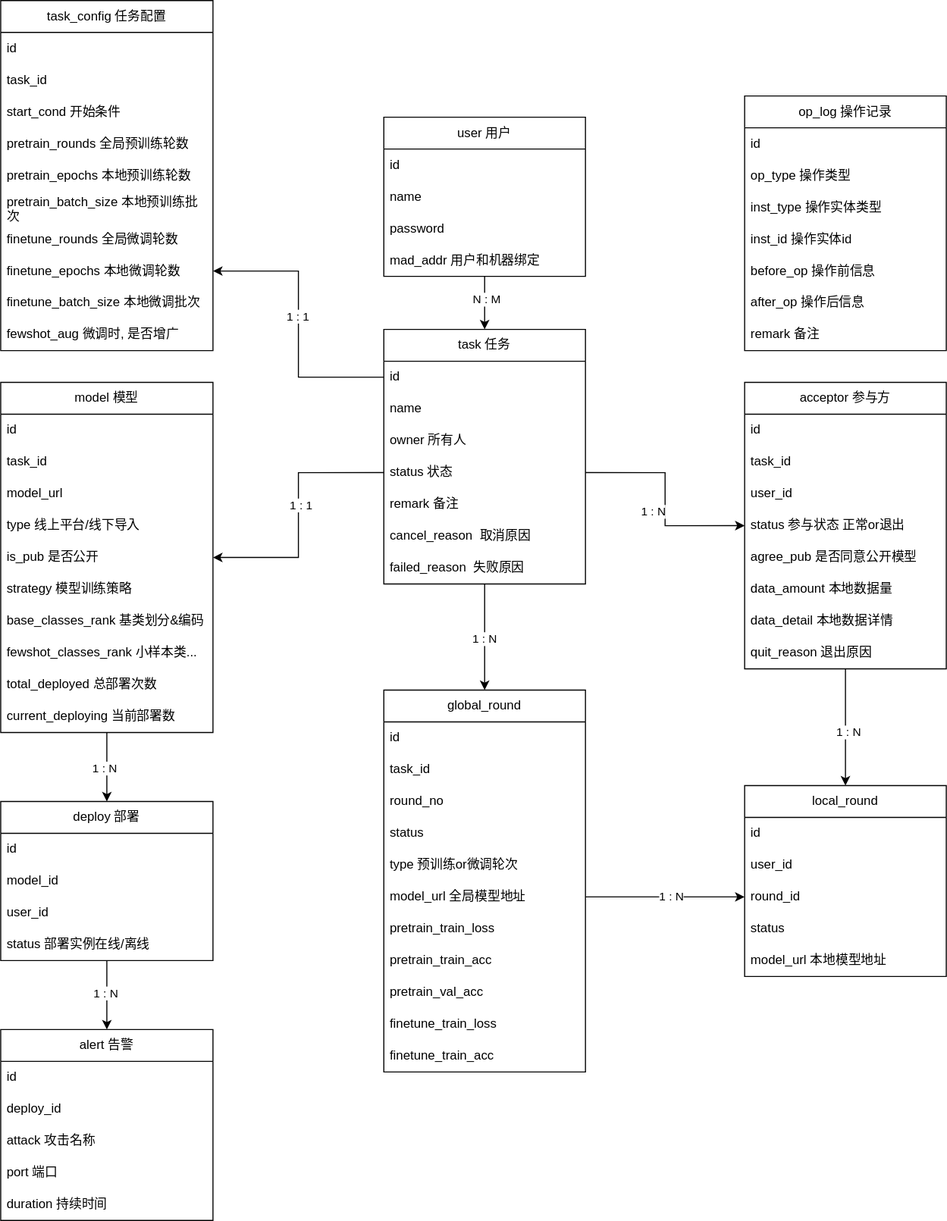
Earlier version of the draw.io export 数据库ER.svg (hiro942/drawio). Source tidied: cells renumbered, new cells last; positions are measured from the earlier drawing's top-left corner, leaving out a move shared by most shapes.
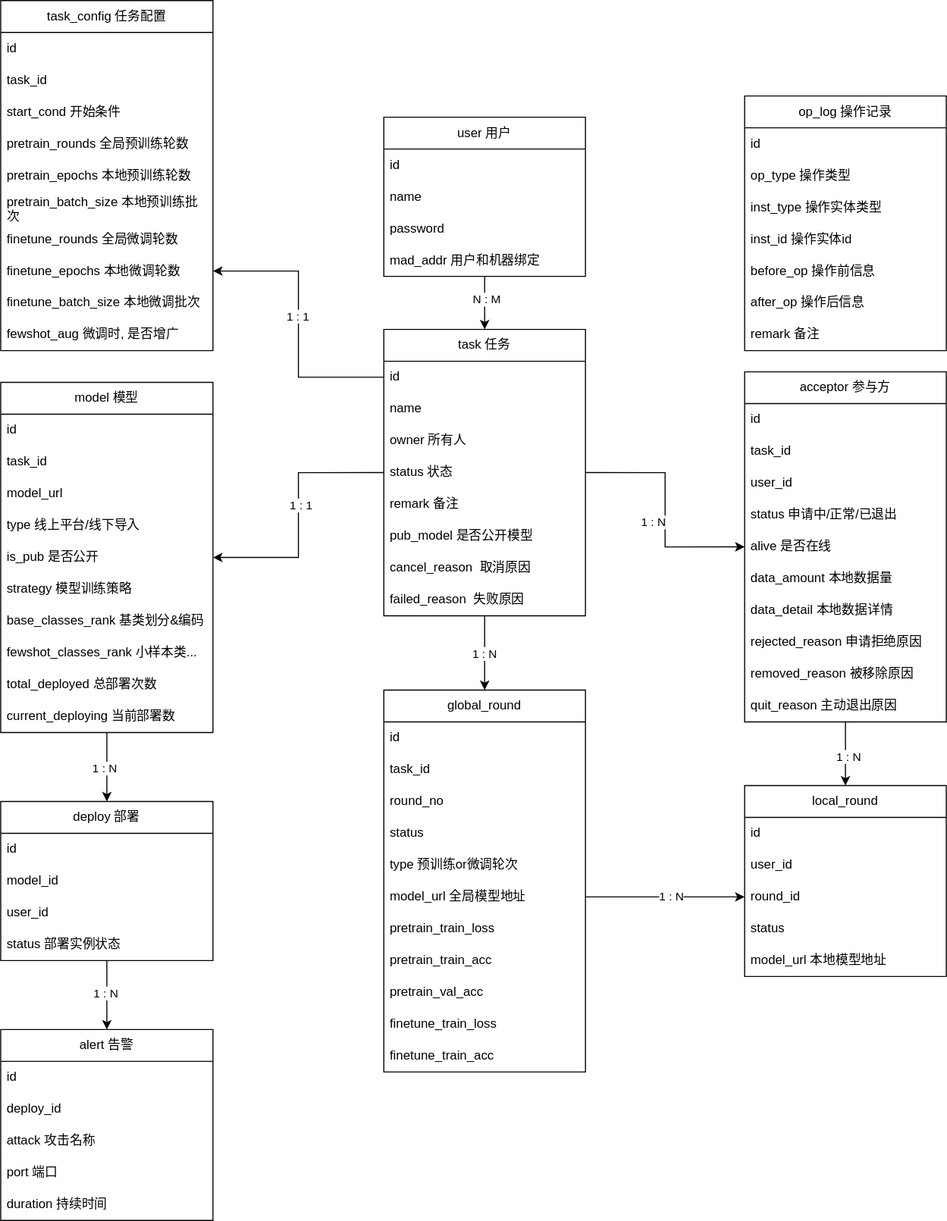
Above is the later version.

Commit message:
更新数据库ER.svg

What changed in the source:
```diff
@@ -9,7 +9,7 @@
       <mxGeometry x="0.03" relative="1" as="geometry" />
     </mxCell>
     <mxCell id="4" value="task 任务" style="swimlane;fontStyle=0;horizontal=1;startSize=30;whiteSpace=wrap;html=1;" parent="1" vertex="1">
-      <mxGeometry x="361" y="310" width="190" height="240" as="geometry" />
+      <mxGeometry x="361" y="310" width="190" height="270" as="geometry" />
     </mxCell>
     <mxCell id="5" value="id" style="text;strokeColor=none;fillColor=none;align=left;verticalAlign=middle;spacingLeft=4;spacingRight=4;overflow=hidden;points=[[0,0.5],[1,0.5]];portConstraint=eastwest;whiteSpace=wrap;html=1;" parent="4" vertex="1">
       <mxGeometry y="30" width="190" height="30" as="geometry" />
@@ -26,11 +26,14 @@
     <mxCell id="9" value="remark 备注" style="text;strokeColor=none;fillColor=none;align=left;verticalAlign=middle;spacingLeft=4;spacingRight=4;overflow=hidden;whiteSpace=wrap;html=1;" parent="4" vertex="1">
       <mxGeometry y="150" width="190" height="30" as="geometry" />
     </mxCell>
+    <mxCell id="101" value="pub_model 是否公开模型" style="text;strokeColor=none;fillColor=none;align=left;verticalAlign=middle;spacingLeft=4;spacingRight=4;overflow=hidden;whiteSpace=wrap;html=1;" parent="4" vertex="1">
+      <mxGeometry y="180" width="190" height="30" as="geometry" />
+    </mxCell>
     <mxCell id="10" value="cancel_reason&amp;nbsp; 取消原因" style="text;strokeColor=none;fillColor=none;align=left;verticalAlign=middle;spacingLeft=4;spacingRight=4;overflow=hidden;whiteSpace=wrap;html=1;" parent="4" vertex="1">
-      <mxGeometry y="180" width="190" height="30" as="geometry" />
+      <mxGeometry y="210" width="190" height="30" as="geometry" />
     </mxCell>
     <mxCell id="11" value="failed_reason&amp;nbsp; 失败原因" style="text;strokeColor=none;fillColor=none;align=left;verticalAlign=middle;spacingLeft=4;spacingRight=4;overflow=hidden;whiteSpace=wrap;html=1;" parent="4" vertex="1">
-      <mxGeometry y="210" width="190" height="30" as="geometry" />
+      <mxGeometry y="240" width="190" height="30" as="geometry" />
     </mxCell>
     <mxCell id="12" style="edgeStyle=orthogonalEdgeStyle;rounded=0;jettySize=auto;html=1;entryX=0.5;entryY=0;entryDx=0;entryDy=0;" parent="1" edge="1" source="14" target="4">
       <mxGeometry relative="1" as="geometry" />
@@ -157,7 +160,7 @@
       </mxGeometry>
     </mxCell>
     <mxCell id="52" value="acceptor 参与方" style="swimlane;fontStyle=0;horizontal=1;startSize=30;whiteSpace=wrap;html=1;" parent="1" vertex="1">
-      <mxGeometry x="701" y="360" width="190" height="270" as="geometry" />
+      <mxGeometry x="701" y="350" width="190" height="330" as="geometry" />
     </mxCell>
     <mxCell id="53" value="id" style="text;strokeColor=none;fillColor=none;align=left;verticalAlign=middle;spacingLeft=4;spacingRight=4;overflow=hidden;whiteSpace=wrap;html=1;" parent="52" vertex="1">
       <mxGeometry y="30" width="190" height="30" as="geometry" />
@@ -168,20 +171,26 @@
     <mxCell id="55" value="user_id" style="text;strokeColor=none;fillColor=none;align=left;verticalAlign=middle;spacingLeft=4;spacingRight=4;overflow=hidden;whiteSpace=wrap;html=1;" parent="52" vertex="1">
       <mxGeometry y="90" width="190" height="30" as="geometry" />
     </mxCell>
-    <mxCell id="56" value="status 参与状态 正常or退出" style="text;strokeColor=none;fillColor=none;align=left;verticalAlign=middle;spacingLeft=4;spacingRight=4;overflow=hidden;whiteSpace=wrap;html=1;" parent="52" vertex="1">
+    <mxCell id="56" value="status 申请中/正常/已退出" style="text;strokeColor=none;fillColor=none;align=left;verticalAlign=middle;spacingLeft=4;spacingRight=4;overflow=hidden;whiteSpace=wrap;html=1;" parent="52" vertex="1">
       <mxGeometry y="120" width="190" height="30" as="geometry" />
     </mxCell>
-    <mxCell id="57" value="agree_pub 是否同意公开模型" style="text;strokeColor=none;fillColor=none;align=left;verticalAlign=middle;spacingLeft=4;spacingRight=4;overflow=hidden;whiteSpace=wrap;html=1;" parent="52" vertex="1">
-      <mxGeometry y="150" width="190" height="30" as="geometry" />
-    </mxCell>
+    <mxCell id="102" value="alive 是否在线" style="text;strokeColor=none;fillColor=none;align=left;verticalAlign=middle;spacingLeft=4;spacingRight=4;overflow=hidden;whiteSpace=wrap;html=1;" parent="52" vertex="1">
+      <mxGeometry y="150" width="190" height="30" as="geometry" />
+    </mxCell>
     <mxCell id="58" value="data_amount 本地数据量" style="text;strokeColor=none;fillColor=none;align=left;verticalAlign=middle;spacingLeft=4;spacingRight=4;overflow=hidden;whiteSpace=wrap;html=1;" parent="52" vertex="1">
       <mxGeometry y="180" width="190" height="30" as="geometry" />
     </mxCell>
     <mxCell id="59" value="data_detail 本地数据详情" style="text;strokeColor=none;fillColor=none;align=left;verticalAlign=middle;spacingLeft=4;spacingRight=4;overflow=hidden;whiteSpace=wrap;html=1;" parent="52" vertex="1">
       <mxGeometry y="210" width="190" height="30" as="geometry" />
     </mxCell>
+    <mxCell id="103" value="rejected_reason 申请拒绝原因" style="text;strokeColor=none;fillColor=none;align=left;verticalAlign=middle;spacingLeft=4;spacingRight=4;overflow=hidden;whiteSpace=wrap;html=1;" parent="52" vertex="1">
+      <mxGeometry y="240" width="190" height="30" as="geometry" />
+    </mxCell>
+    <mxCell id="104" value="removed_reason 被移除原因" style="text;strokeColor=none;fillColor=none;align=left;verticalAlign=middle;spacingLeft=4;spacingRight=4;overflow=hidden;whiteSpace=wrap;html=1;" parent="52" vertex="1">
+      <mxGeometry y="270" width="190" height="30" as="geometry" />
+    </mxCell>
-    <mxCell id="60" value="quit_reason 退出原因" style="text;strokeColor=none;fillColor=none;align=left;verticalAlign=middle;spacingLeft=4;spacingRight=4;overflow=hidden;whiteSpace=wrap;html=1;" parent="52" vertex="1">
-      <mxGeometry y="240" width="190" height="30" as="geometry" />
+    <mxCell id="60" value="quit_reason 主动退出原因" style="text;strokeColor=none;fillColor=none;align=left;verticalAlign=middle;spacingLeft=4;spacingRight=4;overflow=hidden;whiteSpace=wrap;html=1;" parent="52" vertex="1">
+      <mxGeometry y="300" width="190" height="30" as="geometry" />
     </mxCell>
     <mxCell id="61" style="edgeStyle=orthogonalEdgeStyle;rounded=0;jettySize=auto;html=1;entryX=0;entryY=0.5;entryDx=0;entryDy=0;exitX=1;exitY=0.5;exitDx=0;exitDy=0;" parent="1" edge="1" source="8" target="52">
       <mxGeometry relative="1" as="geometry" />
@@ -248,7 +257,7 @@
     <mxCell id="81" value="user_id" style="text;strokeColor=none;fillColor=none;align=left;verticalAlign=middle;spacingLeft=4;spacingRight=4;overflow=hidden;whiteSpace=wrap;html=1;" parent="78" vertex="1">
       <mxGeometry y="90" width="200" height="30" as="geometry" />
     </mxCell>
-    <mxCell id="82" value="status 部署实例在线/离线" style="text;strokeColor=none;fillColor=none;align=left;verticalAlign=middle;spacingLeft=4;spacingRight=4;overflow=hidden;whiteSpace=wrap;html=1;" parent="78" vertex="1">
+    <mxCell id="82" value="status 部署实例状态" style="text;strokeColor=none;fillColor=none;align=left;verticalAlign=middle;spacingLeft=4;spacingRight=4;overflow=hidden;whiteSpace=wrap;html=1;" parent="78" vertex="1">
       <mxGeometry y="120" width="200" height="30" as="geometry" />
     </mxCell>
     <mxCell id="83" style="edgeStyle=orthogonalEdgeStyle;rounded=0;jettySize=auto;html=1;entryX=1;entryY=0.5;entryDx=0;entryDy=0;exitX=0;exitY=0.5;exitDx=0;exitDy=0;" parent="1" edge="1" source="8" target="65">
```
